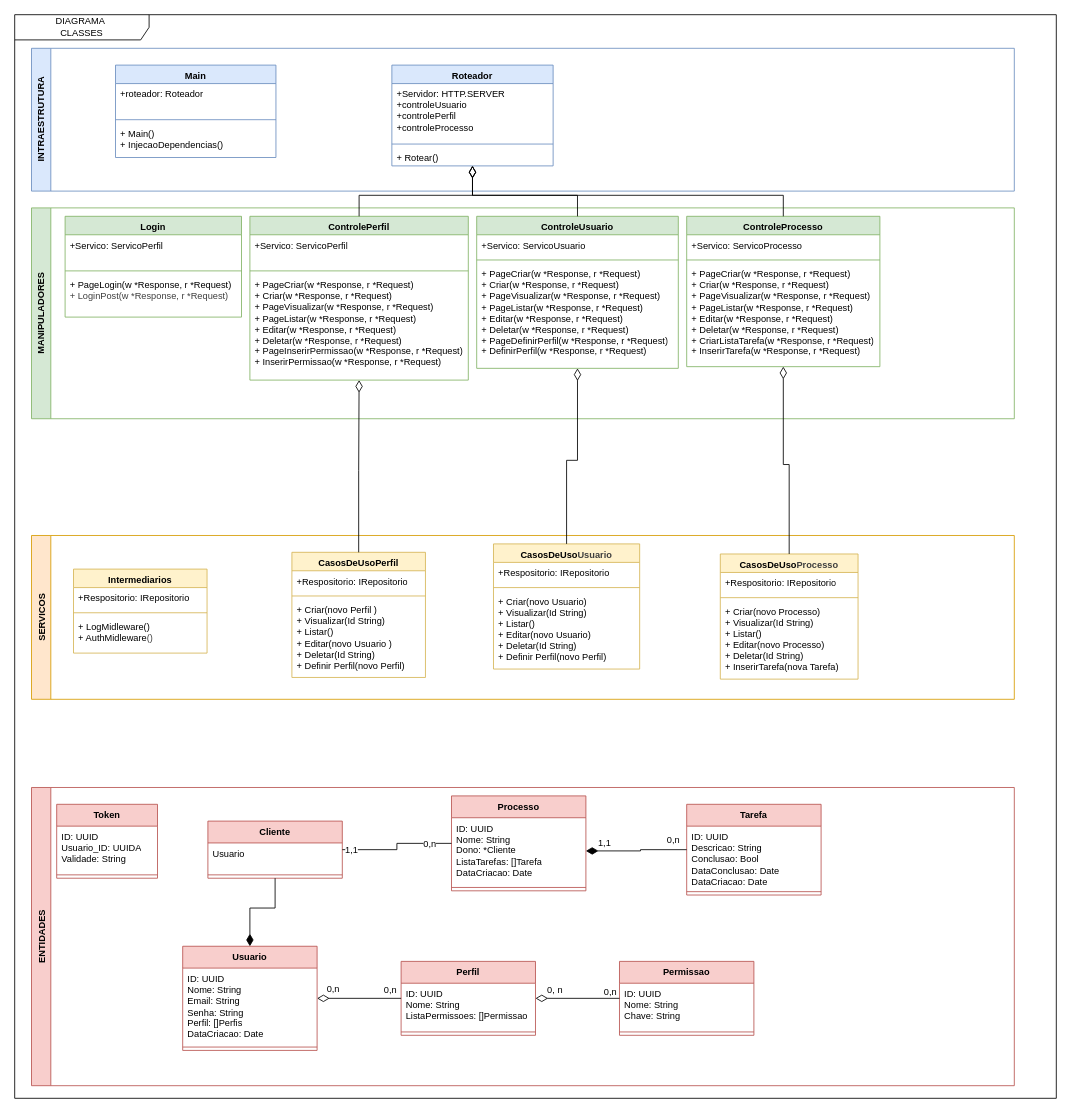
Before: page "classes" (4 of 4) of projeto/diagramas.drawio in gleberphant/processo-man, a draw.io diagram. Source tidied: cells renumbered, new cells numbered last; positions are measured from the earlier drawing's top-left corner, leaving out a move shared by most shapes. Both pictures are drawn from the tidied source at 84%, with x=0, y=0 at pixel (14, 14).
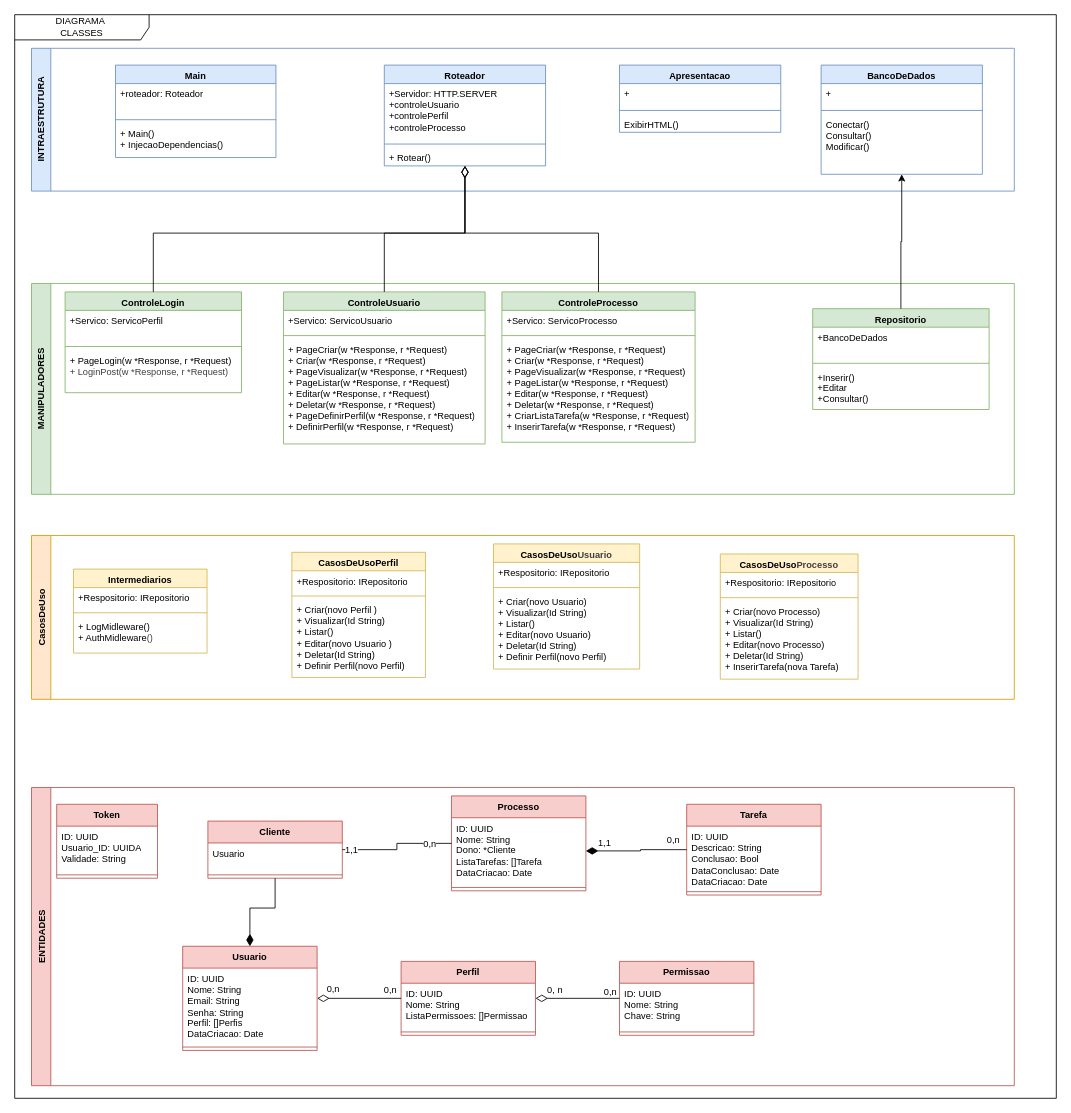
Above is the later version.

The change refers to these unchanged cells:
```xml
<mxCell id="38" value="CasosDeUso&lt;span style=&quot;color: rgb(63, 63, 63); background-color: transparent;&quot;&gt;Usuario&lt;/span&gt;" style="swimlane;fontStyle=1;align=center;verticalAlign=top;horizontal=1;startSize=22;whiteSpace=wrap;html=1;fontFamily=Helvetica;fontSize=11;labelBackgroundColor=none;fillColor=#fff2cc;strokeColor=#d6b656;" parent="37" vertex="1">
  <mxGeometry x="550" y="10" width="174" height="149" as="geometry" />
</mxCell>
<mxCell id="42" value="CasosDeUso&lt;span style=&quot;color: rgb(63, 63, 63); background-color: transparent;&quot;&gt;Processo&lt;/span&gt;" style="swimlane;fontStyle=1;align=center;verticalAlign=top;horizontal=1;startSize=22;whiteSpace=wrap;html=1;fontFamily=Helvetica;fontSize=11;labelBackgroundColor=none;fillColor=#fff2cc;strokeColor=#d6b656;" parent="37" vertex="1">
  <mxGeometry x="820" y="22" width="164" height="149" as="geometry" />
</mxCell>
<mxCell id="46" value="CasosDeUsoPerfil" style="swimlane;fontStyle=1;align=center;verticalAlign=top;horizontal=1;startSize=22;whiteSpace=wrap;html=1;fontFamily=Helvetica;fontSize=11;labelBackgroundColor=none;fillColor=#fff2cc;strokeColor=#d6b656;" parent="37" vertex="1">
  <mxGeometry x="310" y="20" width="159" height="149" as="geometry" />
</mxCell>
<mxCell id="71" value="INTRAESTRUTURA" style="swimlane;horizontal=0;whiteSpace=wrap;html=1;fontFamily=Helvetica;fontSize=11;labelBackgroundColor=none;strokeColor=#6c8ebf;fillColor=#dae8fc;" parent="1" vertex="1">
  <mxGeometry x="20" y="40" width="1170" height="170" as="geometry" />
</mxCell>
```

Change to the diagram source:
```diff
@@
-    <mxCell id="37" value="SERVICOS" style="swimlane;horizontal=0;whiteSpace=wrap;html=1;fontFamily=Helvetica;fontSize=11;labelBackgroundColor=none;strokeColor=#d79b00;fillColor=#ffe6cc;" parent="1" vertex="1">
+    <mxCell id="37" value="CasosDeUso" style="swimlane;horizontal=0;whiteSpace=wrap;html=1;fontFamily=Helvetica;fontSize=11;labelBackgroundColor=none;strokeColor=#d79b00;fillColor=#ffe6cc;startSize=23;" parent="1" vertex="1">
       <mxGeometry x="20" y="620" width="1170" height="195" as="geometry" />
     </mxCell>
@@
-    <mxCell id="54" value="MANIPULADORES" style="swimlane;horizontal=0;whiteSpace=wrap;html=1;fontFamily=Helvetica;fontSize=11;labelBackgroundColor=none;strokeColor=#82b366;fillColor=#d5e8d4;" parent="1" vertex="1">
-      <mxGeometry x="20" y="230" width="1170" height="251" as="geometry" />
+    <mxCell id="54" value="MANIPULADORES" style="swimlane;horizontal=0;whiteSpace=wrap;html=1;fontFamily=Helvetica;fontSize=11;labelBackgroundColor=none;strokeColor=#82b366;fillColor=#d5e8d4;startSize=23;" parent="1" vertex="1">
+      <mxGeometry x="20" y="320" width="1170" height="251" as="geometry" />
     </mxCell>
-    <mxCell id="55" value="ControlePerfil" style="swimlane;fontStyle=1;align=center;verticalAlign=top;horizontal=1;startSize=22;whiteSpace=wrap;html=1;fontFamily=Helvetica;fontSize=11;labelBackgroundColor=none;fillColor=#d5e8d4;strokeColor=#82b366;" parent="54" vertex="1">
-      <mxGeometry x="260" y="10" width="260" height="195" as="geometry" />
-    </mxCell>
-    <mxCell id="56" value="+Servico: ServicoPerfil" style="text;strokeColor=none;fillColor=none;align=left;verticalAlign=top;spacingLeft=4;spacingRight=4;overflow=hidden;whiteSpace=wrap;html=1;fontFamily=Helvetica;fontSize=11;fontColor=default;labelBackgroundColor=default;" parent="55" vertex="1">
-      <mxGeometry y="22" width="260" height="39" as="geometry" />
-    </mxCell>
-    <mxCell id="57" style="line;strokeWidth=1;fillColor=none;align=left;verticalAlign=middle;spacingTop=-1;spacingLeft=3;spacingRight=3;labelPosition=right;strokeColor=inherit;fontFamily=Helvetica;fontSize=11;fontColor=default;labelBackgroundColor=default;" parent="55" vertex="1">
-      <mxGeometry y="61" width="260" height="8" as="geometry" />
-    </mxCell>
-    <mxCell id="58" value="&lt;div&gt;+ PageCriar(w *Response, r *Request)&lt;/div&gt;&lt;div&gt;+ Criar(&lt;span style=&quot;background-color: light-dark(#ffffff, var(--ge-dark-color, #121212)); color: light-dark(rgb(0, 0, 0), rgb(255, 255, 255));&quot;&gt;w *Response, r *Request&lt;/span&gt;&lt;span style=&quot;background-color: light-dark(#ffffff, var(--ge-dark-color, #121212)); color: light-dark(rgb(0, 0, 0), rgb(255, 255, 255));&quot;&gt;)&lt;/span&gt;&lt;/div&gt;&lt;div&gt;+&amp;nbsp;&lt;span style=&quot;background-color: light-dark(#ffffff, var(--ge-dark-color, #121212)); color: light-dark(rgb(0, 0, 0), rgb(255, 255, 255));&quot;&gt;Page&lt;/span&gt;&lt;span style=&quot;background-color: light-dark(#ffffff, var(--ge-dark-color, #121212)); color: light-dark(rgb(0, 0, 0), rgb(255, 255, 255));&quot;&gt;Visualizar(&lt;/span&gt;&lt;span style=&quot;background-color: light-dark(#ffffff, var(--ge-dark-color, #121212)); color: light-dark(rgb(0, 0, 0), rgb(255, 255, 255));&quot;&gt;w *Response, r *Request&lt;/span&gt;&lt;span style=&quot;background-color: light-dark(#ffffff, var(--ge-dark-color, #121212)); color: light-dark(rgb(0, 0, 0), rgb(255, 255, 255));&quot;&gt;)&lt;/span&gt;&lt;/div&gt;+ PageListar(w *Response, r *Request)&lt;div&gt;+ Editar(&lt;span style=&quot;background-color: light-dark(#ffffff, var(--ge-dark-color, #121212)); color: light-dark(rgb(0, 0, 0), rgb(255, 255, 255));&quot;&gt;w *Response, r *Request&lt;/span&gt;&lt;span style=&quot;background-color: light-dark(#ffffff, var(--ge-dark-color, #121212)); color: light-dark(rgb(0, 0, 0), rgb(255, 255, 255));&quot;&gt;)&lt;/span&gt;&lt;/div&gt;&lt;div&gt;+ Deletar(&lt;span style=&quot;background-color: light-dark(#ffffff, var(--ge-dark-color, #121212)); color: light-dark(rgb(0, 0, 0), rgb(255, 255, 255));&quot;&gt;w *Response, r *Request&lt;/span&gt;&lt;span style=&quot;background-color: light-dark(#ffffff, var(--ge-dark-color, #121212)); color: light-dark(rgb(0, 0, 0), rgb(255, 255, 255));&quot;&gt;)&lt;/span&gt;&lt;/div&gt;&lt;div&gt;+ PageInserirPermissao(w *Response, r *Request)&lt;/div&gt;&lt;div&gt;+ InserirPermissao(w *Response, r *Request)&lt;/div&gt;" style="text;strokeColor=none;fillColor=none;align=left;verticalAlign=top;spacingLeft=4;spacingRight=4;overflow=hidden;whiteSpace=wrap;html=1;fontFamily=Helvetica;fontSize=11;fontColor=default;labelBackgroundColor=default;" parent="55" vertex="1">
-      <mxGeometry y="69" width="260" height="126" as="geometry" />
-    </mxCell>
     <mxCell id="59" value="ControleUsuario" style="swimlane;fontStyle=1;align=center;verticalAlign=top;horizontal=1;startSize=22;whiteSpace=wrap;html=1;fontFamily=Helvetica;fontSize=11;labelBackgroundColor=none;fillColor=#d5e8d4;strokeColor=#82b366;" parent="54" vertex="1">
-      <mxGeometry x="530" y="10" width="240" height="181" as="geometry" />
+      <mxGeometry x="300" y="10" width="240" height="181" as="geometry" />
     </mxCell>
@@
     <mxCell id="63" value="ControleProcesso" style="swimlane;fontStyle=1;align=center;verticalAlign=top;horizontal=1;startSize=22;whiteSpace=wrap;html=1;fontFamily=Helvetica;fontSize=11;labelBackgroundColor=none;fillColor=#d5e8d4;strokeColor=#82b366;" parent="54" vertex="1">
-      <mxGeometry x="780" y="10" width="230" height="179" as="geometry" />
+      <mxGeometry x="560" y="10" width="230" height="179" as="geometry" />
     </mxCell>
@@
-    <mxCell id="67" value="Login" style="swimlane;fontStyle=1;align=center;verticalAlign=top;horizontal=1;startSize=22;whiteSpace=wrap;html=1;fontFamily=Helvetica;fontSize=11;labelBackgroundColor=none;fillColor=#d5e8d4;strokeColor=#82b366;" parent="54" vertex="1">
+    <mxCell id="67" value="ControleLogin" style="swimlane;fontStyle=1;align=center;verticalAlign=top;horizontal=1;startSize=22;whiteSpace=wrap;html=1;fontFamily=Helvetica;fontSize=11;labelBackgroundColor=none;fillColor=#d5e8d4;strokeColor=#82b366;" parent="54" vertex="1">
       <mxGeometry x="40" y="10" width="210" height="120" as="geometry" />
     </mxCell>
@@
+    <mxCell id="87" value="Repositorio" style="swimlane;fontStyle=1;align=center;verticalAlign=top;horizontal=1;startSize=22;whiteSpace=wrap;html=1;fontFamily=Helvetica;fontSize=11;labelBackgroundColor=none;fillColor=#d5e8d4;strokeColor=#82b366;" parent="54" vertex="1">
+      <mxGeometry x="930" y="30" width="210" height="120" as="geometry" />
+    </mxCell>
+    <mxCell id="88" value="+BancoDeDados" style="text;strokeColor=none;fillColor=none;align=left;verticalAlign=top;spacingLeft=4;spacingRight=4;overflow=hidden;whiteSpace=wrap;html=1;fontFamily=Helvetica;fontSize=11;fontColor=default;labelBackgroundColor=default;" parent="87" vertex="1">
+      <mxGeometry y="22" width="210" height="39" as="geometry" />
+    </mxCell>
+    <mxCell id="89" style="line;strokeWidth=1;fillColor=none;align=left;verticalAlign=middle;spacingTop=-1;spacingLeft=3;spacingRight=3;labelPosition=right;strokeColor=inherit;fontFamily=Helvetica;fontSize=11;fontColor=default;labelBackgroundColor=default;" parent="87" vertex="1">
+      <mxGeometry y="61" width="210" height="8" as="geometry" />
+    </mxCell>
+    <mxCell id="90" value="&lt;div&gt;+Inserir()&lt;/div&gt;&lt;div&gt;+Editar&lt;/div&gt;&lt;div&gt;+Consultar()&lt;/div&gt;" style="text;strokeColor=none;fillColor=none;align=left;verticalAlign=top;spacingLeft=4;spacingRight=4;overflow=hidden;whiteSpace=wrap;html=1;fontFamily=Helvetica;fontSize=11;fontColor=default;labelBackgroundColor=default;" parent="87" vertex="1">
+      <mxGeometry y="69" width="210" height="51" as="geometry" />
+    </mxCell>
@@
     <mxCell id="76" value="Roteador" style="swimlane;fontStyle=1;align=center;verticalAlign=top;horizontal=1;startSize=22;whiteSpace=wrap;html=1;fontFamily=Helvetica;fontSize=11;labelBackgroundColor=none;fillColor=#dae8fc;strokeColor=#6c8ebf;" parent="71" vertex="1">
-      <mxGeometry x="429" y="20" width="192" height="120" as="geometry" />
+      <mxGeometry x="420" y="20" width="192" height="120" as="geometry" />
     </mxCell>
@@
+    <mxCell id="91" value="Apresentacao" style="swimlane;fontStyle=1;align=center;verticalAlign=top;horizontal=1;startSize=22;whiteSpace=wrap;html=1;fontFamily=Helvetica;fontSize=11;labelBackgroundColor=none;fillColor=#dae8fc;strokeColor=#6c8ebf;" parent="71" vertex="1">
+      <mxGeometry x="700" y="20" width="192" height="80" as="geometry" />
+    </mxCell>
+    <mxCell id="92" value="+" style="text;strokeColor=none;fillColor=none;align=left;verticalAlign=top;spacingLeft=4;spacingRight=4;overflow=hidden;whiteSpace=wrap;html=1;fontFamily=Helvetica;fontSize=11;fontColor=default;labelBackgroundColor=default;" parent="91" vertex="1">
+      <mxGeometry y="22" width="192" height="28" as="geometry" />
+    </mxCell>
+    <mxCell id="93" style="line;strokeWidth=1;fillColor=none;align=left;verticalAlign=middle;spacingTop=-1;spacingLeft=3;spacingRight=3;labelPosition=right;strokeColor=inherit;fontFamily=Helvetica;fontSize=11;fontColor=default;labelBackgroundColor=default;" parent="91" vertex="1">
+      <mxGeometry y="50" width="192" height="8" as="geometry" />
+    </mxCell>
+    <mxCell id="94" value="&lt;div&gt;ExibirHTML()&lt;/div&gt;" style="text;strokeColor=none;fillColor=none;align=left;verticalAlign=top;spacingLeft=4;spacingRight=4;overflow=hidden;whiteSpace=wrap;html=1;fontFamily=Helvetica;fontSize=11;fontColor=default;labelBackgroundColor=default;" parent="91" vertex="1">
+      <mxGeometry y="58" width="192" height="22" as="geometry" />
+    </mxCell>
+    <mxCell id="95" value="BancoDeDados" style="swimlane;fontStyle=1;align=center;verticalAlign=top;horizontal=1;startSize=22;whiteSpace=wrap;html=1;fontFamily=Helvetica;fontSize=11;labelBackgroundColor=none;fillColor=#dae8fc;strokeColor=#6c8ebf;" parent="71" vertex="1">
+      <mxGeometry x="940" y="20" width="192" height="130" as="geometry" />
+    </mxCell>
+    <mxCell id="96" value="+" style="text;strokeColor=none;fillColor=none;align=left;verticalAlign=top;spacingLeft=4;spacingRight=4;overflow=hidden;whiteSpace=wrap;html=1;fontFamily=Helvetica;fontSize=11;fontColor=default;labelBackgroundColor=default;" parent="95" vertex="1">
+      <mxGeometry y="22" width="192" height="28" as="geometry" />
+    </mxCell>
+    <mxCell id="97" style="line;strokeWidth=1;fillColor=none;align=left;verticalAlign=middle;spacingTop=-1;spacingLeft=3;spacingRight=3;labelPosition=right;strokeColor=inherit;fontFamily=Helvetica;fontSize=11;fontColor=default;labelBackgroundColor=default;" parent="95" vertex="1">
+      <mxGeometry y="50" width="192" height="8" as="geometry" />
+    </mxCell>
+    <mxCell id="98" value="&lt;div&gt;Conectar()&lt;/div&gt;&lt;div&gt;Consultar()&lt;/div&gt;&lt;div&gt;Modificar()&lt;/div&gt;" style="text;strokeColor=none;fillColor=none;align=left;verticalAlign=top;spacingLeft=4;spacingRight=4;overflow=hidden;whiteSpace=wrap;html=1;fontFamily=Helvetica;fontSize=11;fontColor=default;labelBackgroundColor=default;" parent="95" vertex="1">
+      <mxGeometry y="58" width="192" height="72" as="geometry" />
+    </mxCell>
@@
-    <mxCell id="81" style="edgeStyle=orthogonalEdgeStyle;shape=connector;rounded=0;jettySize=auto;html=1;strokeColor=default;align=center;verticalAlign=middle;fontFamily=Helvetica;fontSize=11;fontColor=default;labelBackgroundColor=default;startArrow=none;startFill=0;startSize=12;endArrow=diamondThin;endSize=12;endFill=0;" parent="1" edge="1" source="46" target="55">
-      <mxGeometry relative="1" as="geometry" />
-    </mxCell>
-    <mxCell id="82" style="edgeStyle=orthogonalEdgeStyle;shape=connector;rounded=0;jettySize=auto;html=1;strokeColor=default;align=center;verticalAlign=middle;fontFamily=Helvetica;fontSize=11;fontColor=default;labelBackgroundColor=default;startArrow=none;startFill=0;startSize=12;endArrow=diamondThin;endSize=12;exitX=0.5;exitY=0;exitDx=0;exitDy=0;endFill=0;" parent="1" edge="1" source="55" target="76">
-      <mxGeometry relative="1" as="geometry" />
-    </mxCell>
@@
-    <mxCell id="84" style="edgeStyle=orthogonalEdgeStyle;shape=connector;rounded=0;jettySize=auto;html=1;strokeColor=default;align=center;verticalAlign=middle;fontFamily=Helvetica;fontSize=11;fontColor=default;labelBackgroundColor=default;startArrow=none;startFill=0;startSize=12;endArrow=diamondThin;endSize=12;endFill=0;" parent="1" edge="1" source="38" target="59">
-      <mxGeometry relative="1" as="geometry" />
-    </mxCell>
-    <mxCell id="85" style="edgeStyle=orthogonalEdgeStyle;shape=connector;rounded=0;jettySize=auto;html=1;strokeColor=default;align=center;verticalAlign=middle;fontFamily=Helvetica;fontSize=11;fontColor=default;labelBackgroundColor=default;startArrow=none;startFill=0;startSize=12;endArrow=diamondThin;endSize=12;endFill=0;" parent="1" edge="1" source="42" target="63">
-      <mxGeometry relative="1" as="geometry" />
-    </mxCell>
@@
+    <mxCell id="99" style="edgeStyle=orthogonalEdgeStyle;shape=connector;rounded=0;jettySize=auto;html=1;strokeColor=default;align=center;verticalAlign=middle;fontFamily=Helvetica;fontSize=11;fontColor=default;labelBackgroundColor=default;startArrow=none;startFill=0;startSize=12;endArrow=diamondThin;endSize=12;exitX=0.5;exitY=0;exitDx=0;exitDy=0;endFill=0;" parent="1" edge="1" source="67" target="76">
+      <mxGeometry relative="1" as="geometry" />
+    </mxCell>
+    <mxCell id="100" style="edgeStyle=orthogonalEdgeStyle;rounded=0;jettySize=auto;html=1;" parent="1" edge="1" source="87" target="95">
+      <mxGeometry relative="1" as="geometry" />
+    </mxCell>
```
